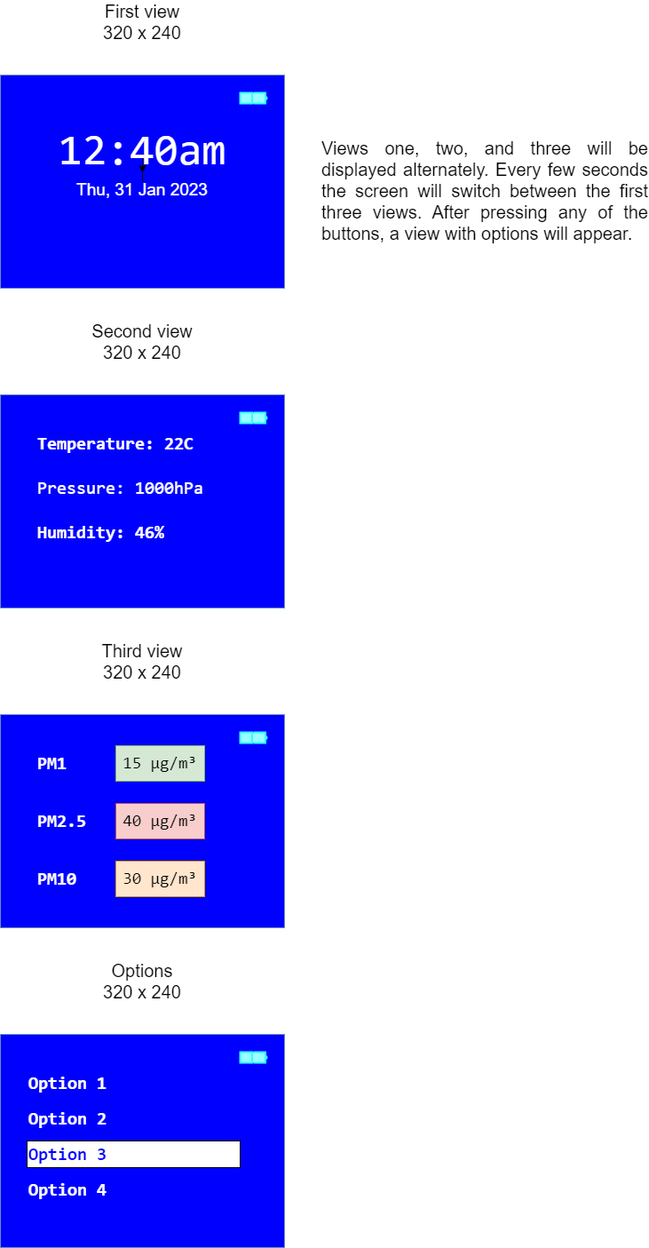
The draw.io diagram display_interface.png in Mini-air-quality-station/docs, before a commit. Source tidied: cells renumbered, new cells last; positions are measured from the earlier drawing's top-left corner, leaving out a move shared by most shapes.
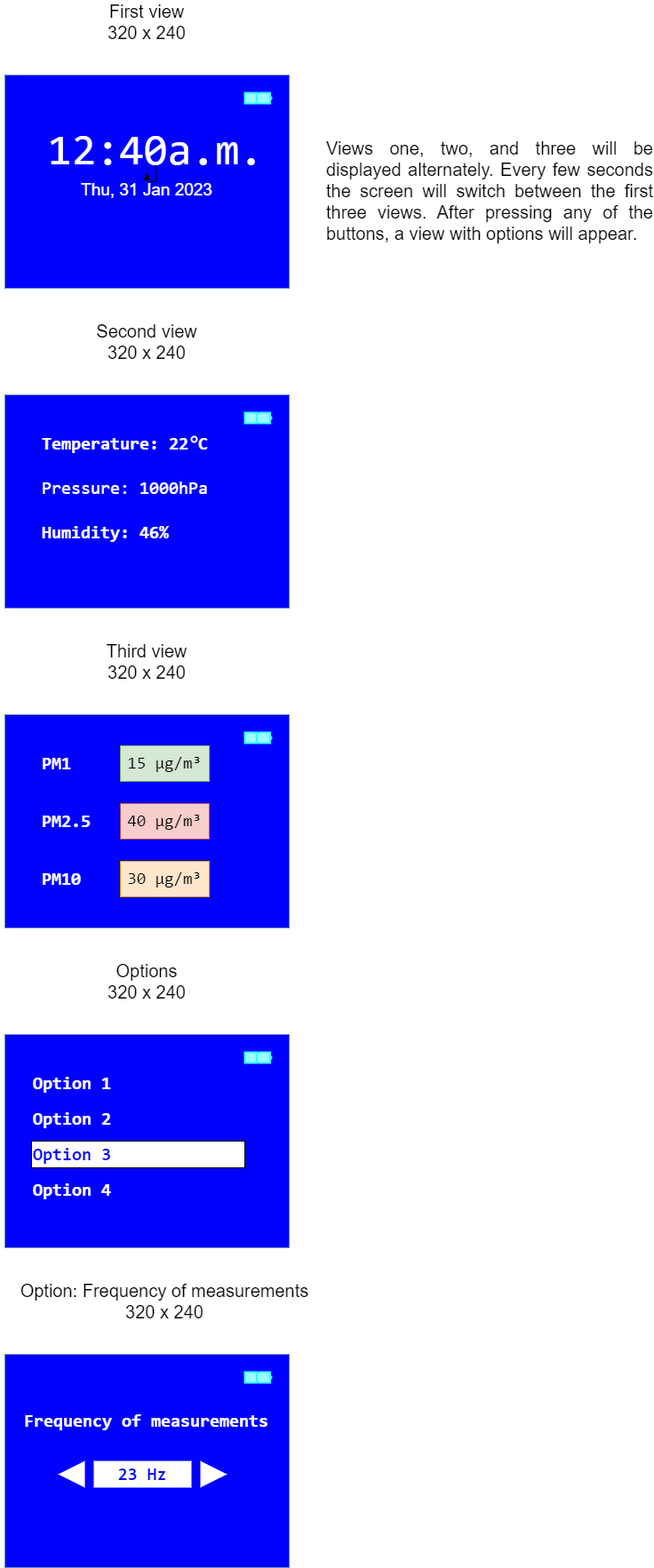
After the commit.

Commit message:
docs: corrected interface project

Change to the diagram source:
```diff
@@ -8,8 +8,8 @@
     <mxCell id="3" style="edgeStyle=orthogonalEdgeStyle;rounded=0;jettySize=auto;html=1;" parent="1" edge="1" source="4" target="5">
       <mxGeometry relative="1" as="geometry" />
     </mxCell>
-    <mxCell id="4" value="&lt;pre&gt;&lt;font color=&quot;#ffffff&quot; style=&quot;font-size: 49px;&quot;&gt;12:40am&lt;/font&gt;&lt;/pre&gt;" style="text;html=1;strokeColor=none;fillColor=none;align=center;verticalAlign=middle;whiteSpace=wrap;rounded=0;" parent="1" vertex="1">
-      <mxGeometry x="130" y="150" width="60" height="30" as="geometry" />
+    <mxCell id="4" value="&lt;pre&gt;&lt;font color=&quot;#ffffff&quot; style=&quot;font-size: 49px;&quot;&gt;12:40a.m.&lt;/font&gt;&lt;/pre&gt;" style="text;html=1;strokeColor=none;fillColor=none;align=center;verticalAlign=middle;whiteSpace=wrap;rounded=0;" parent="1" vertex="1">
+      <mxGeometry x="140" y="150" width="60" height="30" as="geometry" />
     </mxCell>
     <mxCell id="5" value="&lt;font style=&quot;font-size: 19px;&quot; color=&quot;#ffffff&quot;&gt;Thu, 31 Jan 2023&lt;/font&gt;" style="text;html=1;strokeColor=none;fillColor=none;align=center;verticalAlign=middle;whiteSpace=wrap;rounded=0;" parent="1" vertex="1">
       <mxGeometry x="80" y="190" width="160" height="40" as="geometry" />
@@ -20,7 +20,7 @@
     <mxCell id="7" style="rounded=0;whiteSpace=wrap;html=1;fillColor=#0000FF;strokeColor=#6c8ebf;" parent="1" vertex="1">
       <mxGeometry y="440" width="320" height="240" as="geometry" />
     </mxCell>
-    <mxCell id="8" value="&lt;pre style=&quot;&quot;&gt;&lt;pre style=&quot;border-color: var(--border-color);&quot;&gt;&lt;font style=&quot;border-color: var(--border-color); font-size: 20px;&quot; color=&quot;#ffffff&quot;&gt;Temperature: 22C &lt;/font&gt;&lt;/pre&gt;&lt;/pre&gt;" style="text;html=1;strokeColor=none;fillColor=none;align=left;verticalAlign=middle;whiteSpace=wrap;rounded=0;fontStyle=1;" parent="1" vertex="1">
+    <mxCell id="8" value="&lt;pre style=&quot;&quot;&gt;&lt;pre style=&quot;border-color: var(--border-color);&quot;&gt;&lt;font style=&quot;border-color: var(--border-color); font-size: 20px;&quot; color=&quot;#ffffff&quot;&gt;Temperature: 22 C &lt;/font&gt;&lt;/pre&gt;&lt;/pre&gt;" style="text;html=1;strokeColor=none;fillColor=none;align=left;verticalAlign=middle;whiteSpace=wrap;rounded=0;fontStyle=1;" parent="1" vertex="1">
       <mxGeometry x="40" y="480" width="60" height="30" as="geometry" />
     </mxCell>
     <mxCell id="9" style="html=1;verticalLabelPosition=bottom;align=center;labelBackgroundColor=#ffffff;verticalAlign=top;strokeWidth=2;shadow=0;dashed=0;shape=mxgraph.ios7.icons.battery;strokeColor=#33FFFF;fillColor=#99FFFF;" parent="1" vertex="1">
@@ -89,5 +89,29 @@
     <mxCell id="30" value="&lt;div style=&quot;text-align: justify;&quot;&gt;&lt;span style=&quot;font-size: 20px; background-color: initial;&quot;&gt;Views one, two, and three will be displayed alternately. Every few seconds the screen will switch between the first three views. After pressing any of the buttons, a view with options will appear.&lt;/span&gt;&lt;/div&gt;" style="text;html=1;strokeColor=none;fillColor=none;align=left;verticalAlign=middle;whiteSpace=wrap;rounded=0;" parent="1" vertex="1">
       <mxGeometry x="360" y="195" width="370" height="30" as="geometry" />
     </mxCell>
+    <mxCell id="31" value="&lt;span style=&quot;font-size: 20px;&quot;&gt;Option: Frequency of measurements&lt;br&gt;320 x 240&lt;br&gt;&lt;/span&gt;" style="text;html=1;strokeColor=none;fillColor=none;align=center;verticalAlign=middle;whiteSpace=wrap;rounded=0;" parent="1" vertex="1">
+      <mxGeometry x="-5" y="1440" width="370" height="40" as="geometry" />
+    </mxCell>
+    <mxCell id="32" style="rounded=0;whiteSpace=wrap;html=1;fillColor=#0000FF;strokeColor=#6c8ebf;" parent="1" vertex="1">
+      <mxGeometry y="1520" width="320" height="240" as="geometry" />
+    </mxCell>
+    <mxCell id="33" style="html=1;verticalLabelPosition=bottom;align=center;labelBackgroundColor=#ffffff;verticalAlign=top;strokeWidth=2;shadow=0;dashed=0;shape=mxgraph.ios7.icons.battery;strokeColor=#33FFFF;fillColor=#99FFFF;" parent="1" vertex="1">
+      <mxGeometry x="270" y="1540" width="30" height="12" as="geometry" />
+    </mxCell>
+    <mxCell id="34" value="&lt;pre style=&quot;&quot;&gt;&lt;pre style=&quot;border-color: var(--border-color);&quot;&gt;&lt;font color=&quot;#ffffff&quot;&gt;&lt;span style=&quot;font-size: 20px;&quot;&gt;Frequency of measurements&lt;/span&gt;&lt;/font&gt;&lt;/pre&gt;&lt;/pre&gt;" style="text;html=1;strokeColor=none;fillColor=none;align=left;verticalAlign=middle;whiteSpace=wrap;rounded=0;fontStyle=1;" parent="1" vertex="1">
+      <mxGeometry x="20" y="1580" width="60" height="30" as="geometry" />
+    </mxCell>
+    <mxCell id="35" value="&lt;font face=&quot;monospace&quot; color=&quot;#0000ff&quot; style=&quot;font-size: 20px;&quot;&gt;&lt;b&gt;23 Hz&lt;/b&gt;&lt;/font&gt;" style="rounded=0;whiteSpace=wrap;html=1;align=center;strokeColor=none;" parent="1" vertex="1">
+      <mxGeometry x="100" y="1640" width="110" height="30" as="geometry" />
+    </mxCell>
+    <mxCell id="36" style="triangle;whiteSpace=wrap;html=1;strokeColor=none;" parent="1" vertex="1">
+      <mxGeometry x="220" y="1640" width="30" height="30" as="geometry" />
+    </mxCell>
+    <mxCell id="37" style="triangle;whiteSpace=wrap;html=1;strokeColor=none;rotation=-180;" parent="1" vertex="1">
+      <mxGeometry x="60" y="1640" width="30" height="30" as="geometry" />
+    </mxCell>
+    <mxCell id="38" style="ellipse;whiteSpace=wrap;html=1;strokeColor=#FFFFFF;fillColor=none;strokeWidth=2;" parent="1" vertex="1">
+      <mxGeometry x="210" y="487" width="6" height="6" as="geometry" />
+    </mxCell>
   </root>
 </mxGraphModel>
```
